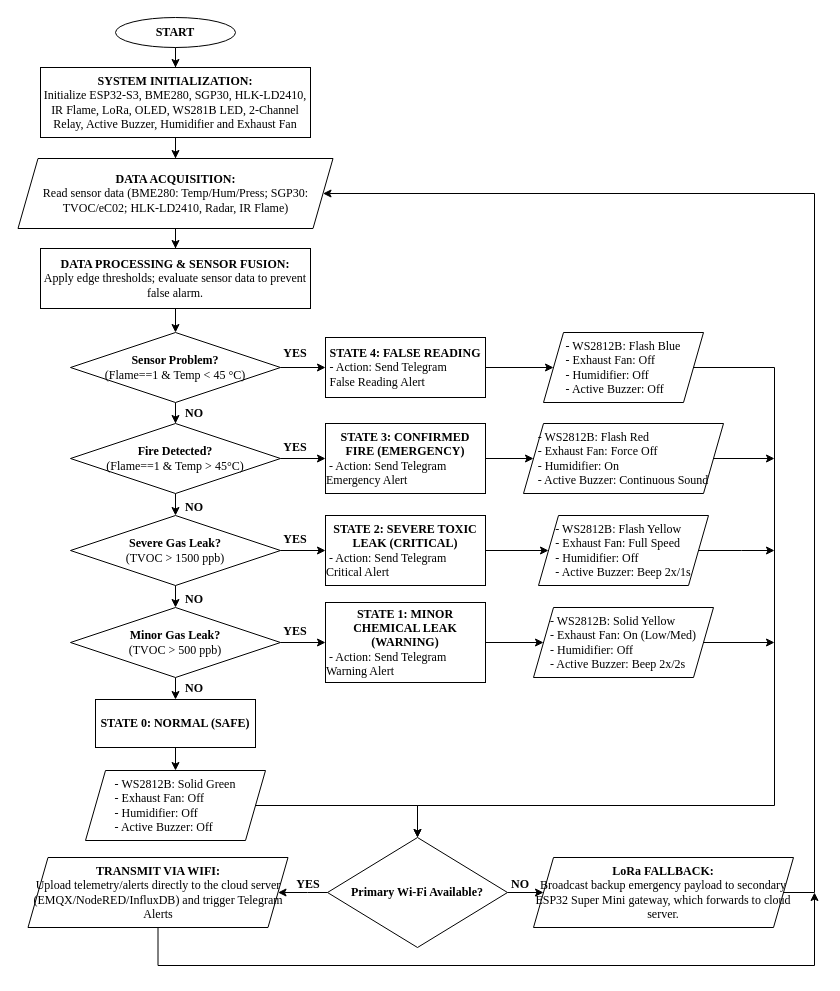
imaller43/Smart_Laboratory_Monitoring_System-IDP keeps this draw.io diagram as Project Flowchart.drawio. Above is the earlier version. Source tidied: cells renumbered, new cells numbered last; positions are measured from the earlier drawing's top-left corner, leaving out a move shared by most shapes. Both pictures are drawn from the tidied source at 100%, with x=0, y=0 at pixel (18, 17).
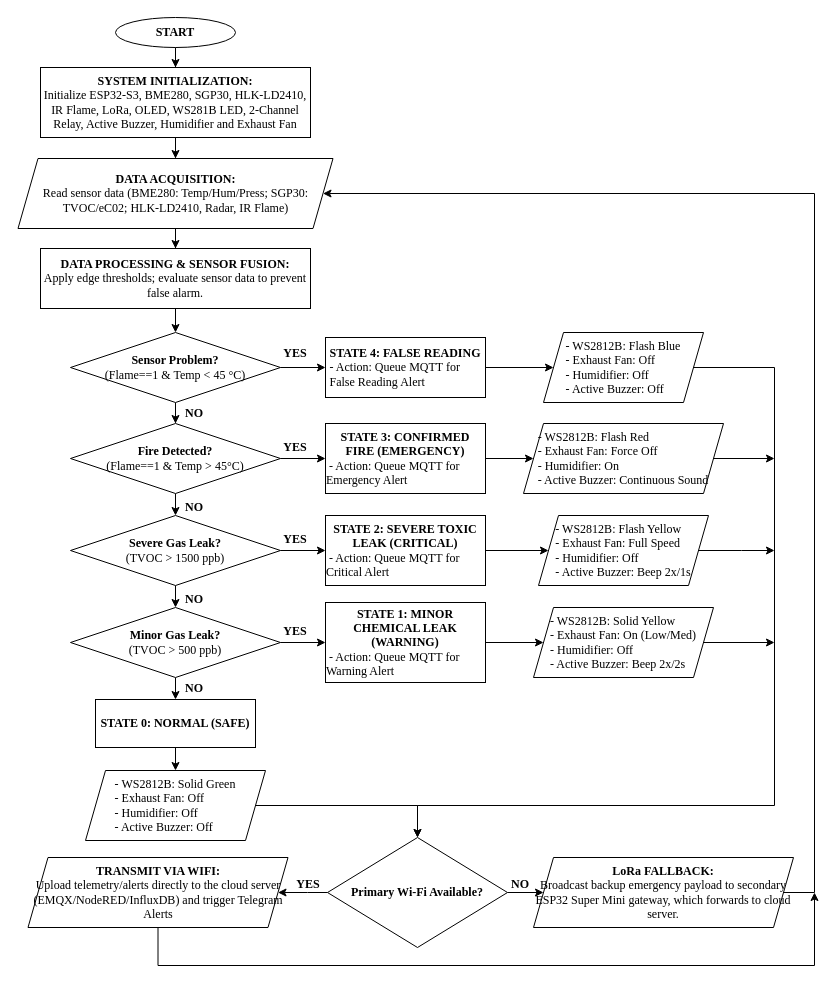
After the change.

Commit message (it also covers changes not shown here):
refactor: update flowchart actions to queue MQTT and document Telegram alert routing in firmware specs

Change to the diagram source:
```diff
@@
-    <mxCell id="20" value="&lt;font face=&quot;Times New Roman&quot; style=&quot;&quot;&gt;&lt;b&gt;STATE 3: CONFIRMED FIRE (EMERGENCY)&lt;/b&gt;&lt;div style=&quot;text-align: left;&quot;&gt;&lt;span style=&quot;background-color: transparent; color: light-dark(rgb(0, 0, 0), rgb(255, 255, 255));&quot;&gt;&amp;nbsp;- Action: Send Telegram Emergency Alert&lt;/span&gt;&lt;/div&gt;&lt;/font&gt;" style="rounded=0;whiteSpace=wrap;html=1;" parent="1" vertex="1">
+    <mxCell id="20" value="&lt;font face=&quot;Times New Roman&quot; style=&quot;&quot;&gt;&lt;b&gt;STATE 3: CONFIRMED FIRE (EMERGENCY)&lt;/b&gt;&lt;div style=&quot;text-align: left;&quot;&gt;&lt;span style=&quot;background-color: transparent; color: light-dark(rgb(0, 0, 0), rgb(255, 255, 255));&quot;&gt;&amp;nbsp;- Action: Queue MQTT for Emergency Alert&lt;/span&gt;&lt;/div&gt;&lt;/font&gt;" style="rounded=0;whiteSpace=wrap;html=1;" parent="1" vertex="1">
       <mxGeometry x="307" y="406" width="160" height="70" as="geometry" />
     </mxCell>
@@
-    <mxCell id="22" value="&lt;font face=&quot;Times New Roman&quot; style=&quot;&quot;&gt;&lt;b&gt;STATE 2: SEVERE TOXIC LEAK (CRITICAL)&lt;/b&gt;&lt;div style=&quot;text-align: left;&quot;&gt;&lt;span style=&quot;background-color: transparent; color: light-dark(rgb(0, 0, 0), rgb(255, 255, 255));&quot;&gt;&amp;nbsp;- Action: Send Telegram &lt;br&gt;Critical Alert&lt;/span&gt;&lt;/div&gt;&lt;/font&gt;" style="rounded=0;whiteSpace=wrap;html=1;" parent="1" vertex="1">
+    <mxCell id="22" value="&lt;font face=&quot;Times New Roman&quot; style=&quot;&quot;&gt;&lt;b&gt;STATE 2: SEVERE TOXIC LEAK (CRITICAL)&lt;/b&gt;&lt;div style=&quot;text-align: left;&quot;&gt;&lt;span style=&quot;background-color: transparent; color: light-dark(rgb(0, 0, 0), rgb(255, 255, 255));&quot;&gt;&amp;nbsp;- Action: Queue MQTT for&lt;br&gt;Critical Alert&lt;/span&gt;&lt;/div&gt;&lt;/font&gt;" style="rounded=0;whiteSpace=wrap;html=1;" parent="1" vertex="1">
       <mxGeometry x="307" y="498" width="160" height="70" as="geometry" />
     </mxCell>
@@
-    <mxCell id="24" value="&lt;font face=&quot;Times New Roman&quot; style=&quot;&quot;&gt;&lt;b&gt;STATE 1: MINOR CHEMICAL LEAK (WARNING)&lt;/b&gt;&lt;div style=&quot;text-align: left;&quot;&gt;&lt;span style=&quot;background-color: transparent; color: light-dark(rgb(0, 0, 0), rgb(255, 255, 255));&quot;&gt;&amp;nbsp;- Action: Send Telegram Warning Alert&lt;/span&gt;&lt;/div&gt;&lt;/font&gt;" style="rounded=0;whiteSpace=wrap;html=1;" parent="1" vertex="1">
+    <mxCell id="24" value="&lt;font face=&quot;Times New Roman&quot; style=&quot;&quot;&gt;&lt;b&gt;STATE 1: MINOR CHEMICAL LEAK (WARNING)&lt;/b&gt;&lt;div style=&quot;text-align: left;&quot;&gt;&lt;span style=&quot;background-color: transparent; color: light-dark(rgb(0, 0, 0), rgb(255, 255, 255));&quot;&gt;&amp;nbsp;- Action: Queue MQTT for Warning Alert&lt;/span&gt;&lt;/div&gt;&lt;/font&gt;" style="rounded=0;whiteSpace=wrap;html=1;" parent="1" vertex="1">
       <mxGeometry x="307" y="585" width="160" height="80" as="geometry" />
     </mxCell>
@@
-    <mxCell id="43" value="&lt;div style=&quot;&quot;&gt;&lt;b style=&quot;font-family: &amp;quot;Times New Roman&amp;quot;; background-color: transparent; color: light-dark(rgb(0, 0, 0), rgb(255, 255, 255));&quot;&gt;STATE 4: FALSE READING&lt;/b&gt;&lt;/div&gt;&lt;font face=&quot;Times New Roman&quot; style=&quot;&quot;&gt;&lt;div style=&quot;text-align: left;&quot;&gt;&lt;span style=&quot;background-color: transparent; color: light-dark(rgb(0, 0, 0), rgb(255, 255, 255));&quot;&gt;- Action: Send Telegram &lt;br&gt;False Reading Alert&lt;/span&gt;&lt;/div&gt;&lt;/font&gt;" style="rounded=0;whiteSpace=wrap;html=1;" parent="1" vertex="1">
+    <mxCell id="43" value="&lt;div style=&quot;&quot;&gt;&lt;b style=&quot;font-family: &amp;quot;Times New Roman&amp;quot;; background-color: transparent; color: light-dark(rgb(0, 0, 0), rgb(255, 255, 255));&quot;&gt;STATE 4: FALSE READING&lt;/b&gt;&lt;/div&gt;&lt;font face=&quot;Times New Roman&quot; style=&quot;&quot;&gt;&lt;div style=&quot;text-align: left;&quot;&gt;&lt;span style=&quot;background-color: transparent; color: light-dark(rgb(0, 0, 0), rgb(255, 255, 255));&quot;&gt;- Action: Queue MQTT for&lt;br&gt;False Reading Alert&lt;/span&gt;&lt;/div&gt;&lt;/font&gt;" style="rounded=0;whiteSpace=wrap;html=1;" parent="1" vertex="1">
       <mxGeometry x="307" y="320" width="160" height="60" as="geometry" />
     </mxCell>
```
